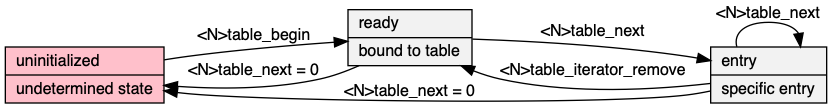
The Graphviz diagram web/it.png in neil-edelman/boxes, before a commit. Its source is kept beside it as web/it.gv.
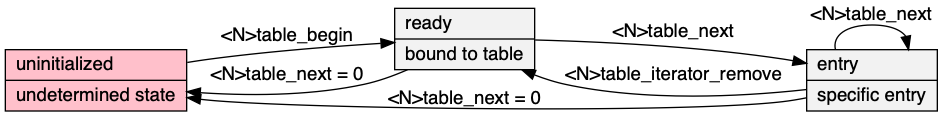
The same diagram one commit later.

What changed in the source:
```diff
@@ -1,13 +1,7 @@
 digraph {
-	rankdir = LR;
-	graph [truecolor=true, bgcolor=transparent];
-	node [shape = "record", style=filled, fillcolor="Grey95"];
-	fontname = "Bitstream Vera Sans";
-	fontsize = 12;
-	node [fontname = "Bitstream Vera Sans", fontsize = 12];
-	edge [fontname = "Bitstream Vera Sans" fontsize = 12];
-
-	node [shape=record, style=filled];
+	graph [rankdir=LR, truecolor=true, bgcolor=transparent, fontname = "Bitstream Vera Sans"];
+	node [shape=record, style=filled, fillcolor="Grey95", fontname="Bitstream Vera Sans"];
+	edge [fontname="Bitstream Vera Sans"];
 	null [label="uninitialized\l|undetermined state\l", fillcolor="Pink"];
 	ready [ label = "ready\l|bound to table\l" ];
 	null -> ready [ label = "<N>table_begin" ];
```
